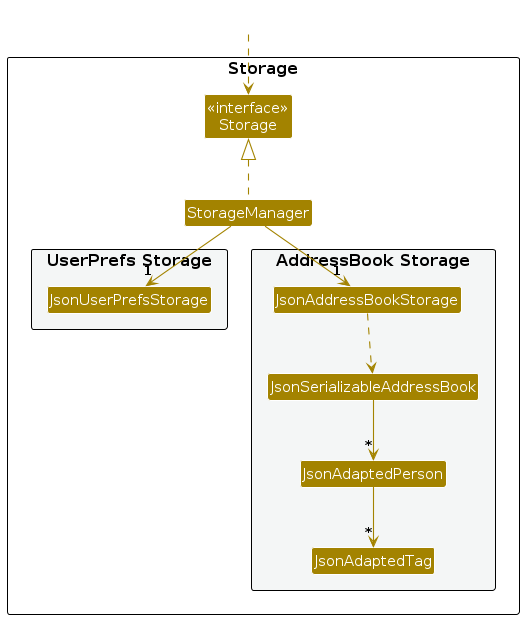
Before: diagrams/StorageClassDiagram.png, a diagram exported from PlantUML (AY2627S1-CS2103T-T16-2/tp). Its source is kept beside it as diagrams/StorageClassDiagram.puml.
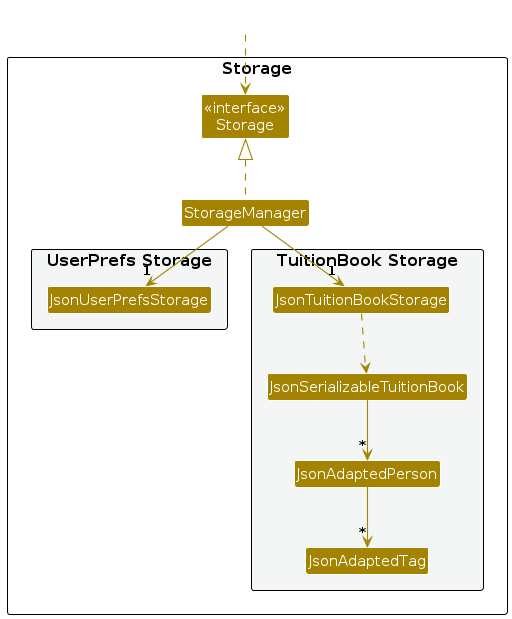
After the commit.

What changed in the source:
```diff
@@ -13,9 +13,9 @@
 Class JsonUserPrefsStorage
 }
 
-package "AddressBook Storage" #F4F6F6{
-Class JsonAddressBookStorage
-Class JsonSerializableAddressBook
+package "TuitionBook Storage" #F4F6F6{
+Class JsonTuitionBookStorage
+Class JsonSerializableTuitionBook
 Class JsonAdaptedPerson
 Class JsonAdaptedTag
 }
@@ -27,10 +27,10 @@
 
 StorageManager .up.|> Storage
 StorageManager -down-> "1" JsonUserPrefsStorage
-StorageManager -down-> "1" JsonAddressBookStorage
+StorageManager -down-> "1" JsonTuitionBookStorage
 
-JsonAddressBookStorage ..> JsonSerializableAddressBook
-JsonSerializableAddressBook --> "*" JsonAdaptedPerson
+JsonTuitionBookStorage ..> JsonSerializableTuitionBook
+JsonSerializableTuitionBook --> "*" JsonAdaptedPerson
 JsonAdaptedPerson --> "*" JsonAdaptedTag
 
 @enduml
```
